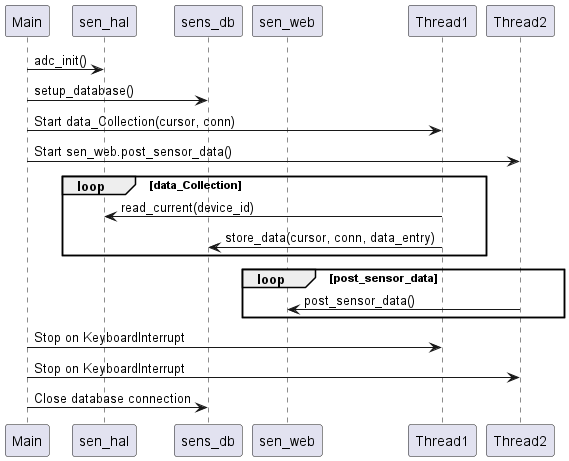
shawsuraj203/smart_home keeps this PlantUML diagram as out/design/sequence/sequence.png. Above is the earlier version. The source it was exported from:
```plantuml
@startuml
participant Main
participant sen_hal
participant sens_db
participant sen_web

Main -> sen_hal: adc_init()
Main -> sens_db: setup_database()
Main -> Thread1: Start data_Collection(cursor, conn)
Main -> Thread2: Start sen_web.post_sensor_data()

loop data_Collection
    Thread1 -> sen_hal: read_current(device_id)
    Thread1 -> sens_db: store_data(cursor, conn, data_entry)
end

loop post_sensor_data
    Thread2 -> sen_web: post_sensor_data()
end

Main -> Thread1: Stop on KeyboardInterrupt
Main -> Thread2: Stop on KeyboardInterrupt
Main -> sens_db: Close database connection
@enduml
```
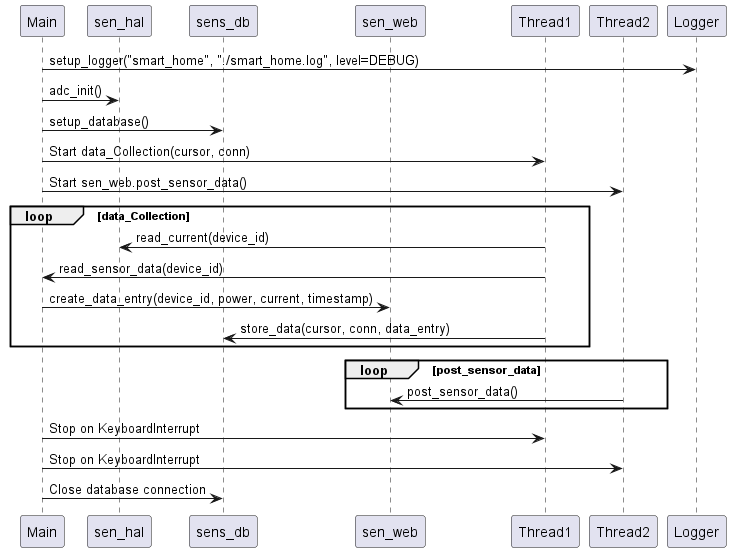
Later version of the same file.

Diff of the diagram source:
```diff
@@ -3,7 +3,10 @@
 participant sen_hal
 participant sens_db
 participant sen_web
+participant Thread1
+participant Thread2
 
+Main -> Logger: setup_logger("smart_home", "./smart_home.log", level=DEBUG)
 Main -> sen_hal: adc_init()
 Main -> sens_db: setup_database()
 Main -> Thread1: Start data_Collection(cursor, conn)
@@ -11,6 +14,8 @@
 
 loop data_Collection
     Thread1 -> sen_hal: read_current(device_id)
+    Thread1 -> Main: read_sensor_data(device_id)
+    Main -> sen_web: create_data_entry(device_id, power, current, timestamp)
     Thread1 -> sens_db: store_data(cursor, conn, data_entry)
 end
 
```
